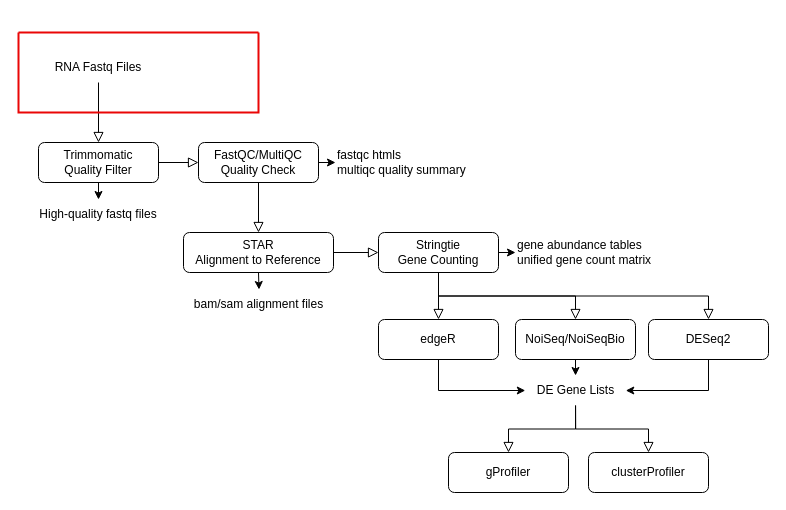
Before: RNA/Untitled Diagram.drawio in kristina28/biocore-tutorials, a draw.io diagram. Source tidied: cells renumbered, new cells numbered last; positions are measured from the earlier drawing's top-left corner, leaving out a move shared by most shapes. Both pictures are drawn from the tidied source at 100%, with x=0, y=0 at pixel (18, 32).
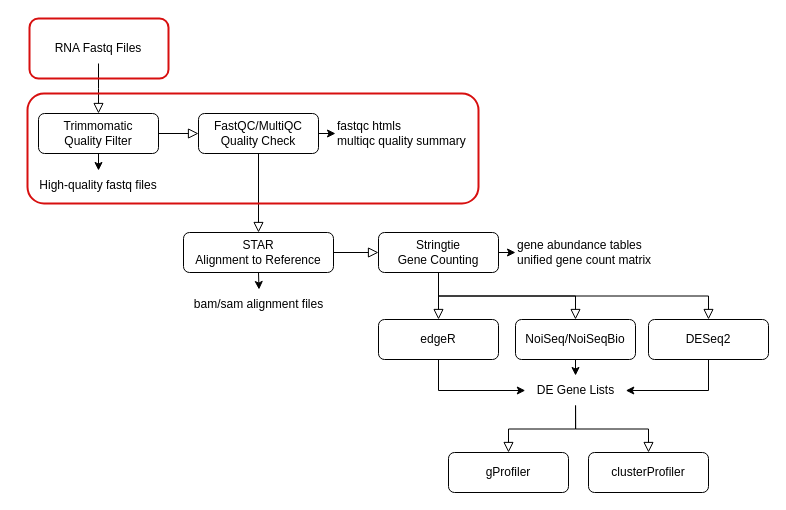
The same page after the edit.

What changed in the source:
```diff
@@
     <mxCell id="2" style="rounded=0;html=1;jettySize=auto;fontSize=11;endArrow=block;endFill=0;endSize=8;strokeWidth=1;shadow=0;labelBackgroundColor=none;edgeStyle=orthogonalEdgeStyle;exitX=0.5;exitY=1;exitDx=0;exitDy=0;" parent="1" edge="1" source="33">
       <mxGeometry relative="1" as="geometry">
-        <mxPoint x="80" y="110" as="targetPoint" />
+        <mxPoint x="80" y="81" as="targetPoint" />
       </mxGeometry>
     </mxCell>
@@
     <mxCell id="4" value="Trimmomatic&lt;br&gt;Quality Filter" style="rounded=1;whiteSpace=wrap;html=1;fontSize=12;glass=0;strokeWidth=1;shadow=0;" parent="1" vertex="1">
-      <mxGeometry x="20" y="110" width="120" height="40" as="geometry" />
+      <mxGeometry x="20" y="81" width="120" height="40" as="geometry" />
     </mxCell>
@@
     <mxCell id="8" value="FastQC/MultiQC&lt;br&gt;Quality Check" style="whiteSpace=wrap;html=1;rounded=1;glass=0;strokeWidth=1;shadow=0;" parent="1" vertex="1">
-      <mxGeometry x="180" y="110" width="120" height="40" as="geometry" />
+      <mxGeometry x="180" y="81" width="120" height="40" as="geometry" />
     </mxCell>
     <mxCell id="9" value="High-quality fastq files" style="text;html=1;strokeColor=none;fillColor=none;align=center;verticalAlign=middle;whiteSpace=wrap;rounded=0;" parent="1" vertex="1">
-      <mxGeometry x="15" y="167" width="130" height="30" as="geometry" />
+      <mxGeometry x="15" y="138" width="130" height="30" as="geometry" />
     </mxCell>
@@
     <mxCell id="11" value="fastqc htmls&lt;br&gt;multiqc quality summary" style="text;html=1;strokeColor=none;fillColor=none;align=left;verticalAlign=middle;whiteSpace=wrap;rounded=0;" parent="1" vertex="1">
-      <mxGeometry x="317" y="115" width="140" height="30" as="geometry" />
+      <mxGeometry x="317" y="86" width="140" height="30" as="geometry" />
     </mxCell>
@@
-    <mxCell id="32" style="swimlane;startSize=0;rounded=1;swimlaneLine=1;glass=0;strokeWidth=2;strokeColor=#ea0606;" parent="1" vertex="1">
-      <mxGeometry width="240" height="80" as="geometry" />
-    </mxCell>
-    <mxCell id="33" value="RNA Fastq Files" style="text;html=1;strokeColor=none;fillColor=none;align=center;verticalAlign=middle;whiteSpace=wrap;rounded=0;" parent="32" vertex="1">
-      <mxGeometry x="25" y="20" width="110" height="30" as="geometry" />
+    <mxCell id="33" value="RNA Fastq Files" style="text;html=1;strokeColor=none;fillColor=none;align=center;verticalAlign=middle;whiteSpace=wrap;rounded=0;" parent="1" vertex="1">
+      <mxGeometry x="25" y="1" width="110" height="30" as="geometry" />
     </mxCell>
+    <mxCell id="34" style="rounded=1;whiteSpace=wrap;html=1;fillColor=none;strokeWidth=2;strokeColor=#d70f0f;" parent="1" vertex="1">
+      <mxGeometry x="11" y="-14" width="139" height="60" as="geometry" />
+    </mxCell>
+    <mxCell id="35" style="rounded=1;whiteSpace=wrap;html=1;fillColor=none;strokeWidth=2;strokeColor=#d70f0f;" parent="1" vertex="1">
+      <mxGeometry x="9" y="61" width="451" height="110" as="geometry" />
+    </mxCell>
```
